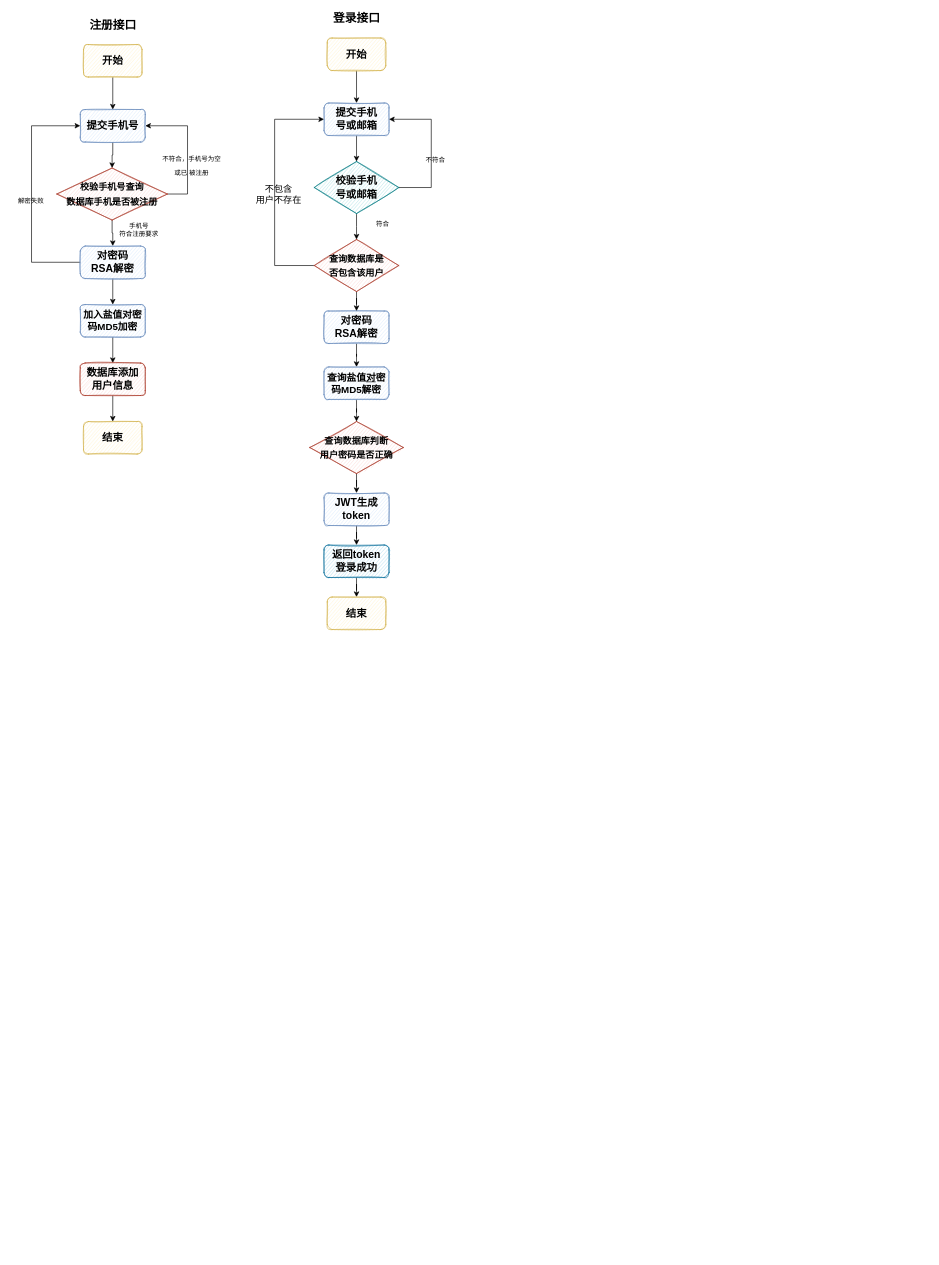
Earlier version of the draw.io diagram bilibili.drawio (Bukayoooo/Draws). Source tidied: cells renumbered, new cells numbered last; positions are measured from the earlier drawing's top-left corner, leaving out a move shared by most shapes. Both pictures are drawn from the tidied source at 65%, with x=0, y=0 at pixel (11, 12).
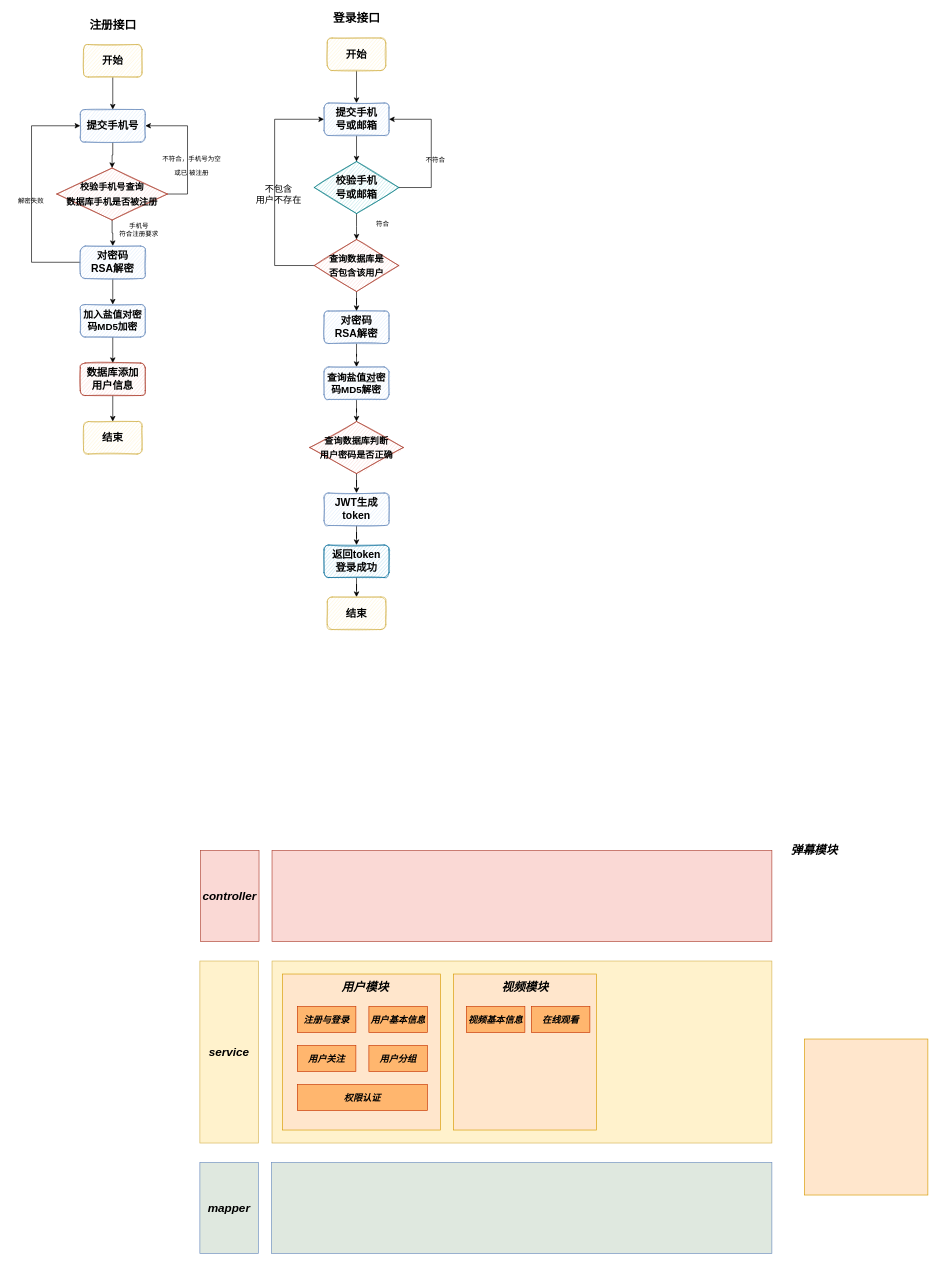
Above is the later version.

Change to the diagram source:
```diff
@@
+    <mxCell id="46" style="rounded=0;whiteSpace=wrap;html=1;fillColor=#DFE8DF;strokeColor=#6c8ebf;sketch=0;glass=0;shadow=0;" parent="1" vertex="1">
+      <mxGeometry x="400" y="1770" width="770" height="140" as="geometry" />
+    </mxCell>
+    <mxCell id="47" value="&lt;b&gt;&lt;font style=&quot;font-size: 18px;&quot;&gt;&lt;i&gt;mapper&lt;/i&gt;&lt;/font&gt;&lt;/b&gt;" style="rounded=0;whiteSpace=wrap;html=1;fillColor=#DFE8DF;strokeColor=#6c8ebf;sketch=0;" parent="1" vertex="1">
+      <mxGeometry x="290" y="1770" width="90" height="140" as="geometry" />
+    </mxCell>
+    <mxCell id="48" style="rounded=0;whiteSpace=wrap;html=1;fillColor=#fff2cc;strokeColor=#d6b656;sketch=0;" parent="1" vertex="1">
+      <mxGeometry x="401" y="1460" width="769" height="280" as="geometry" />
+    </mxCell>
+    <mxCell id="49" value="&lt;b&gt;&lt;font style=&quot;font-size: 18px;&quot;&gt;&lt;i&gt;service&lt;/i&gt;&lt;/font&gt;&lt;/b&gt;" style="rounded=0;whiteSpace=wrap;html=1;fillColor=#fff2cc;strokeColor=#d6b656;sketch=0;" parent="1" vertex="1">
+      <mxGeometry x="290" y="1460" width="90" height="280" as="geometry" />
+    </mxCell>
+    <mxCell id="50" style="rounded=0;whiteSpace=wrap;html=1;fillColor=#fad9d5;strokeColor=#ae4132;sketch=0;glass=0;shadow=0;" parent="1" vertex="1">
+      <mxGeometry x="401" y="1290" width="769" height="140" as="geometry" />
+    </mxCell>
+    <mxCell id="51" value="&lt;b&gt;&lt;font style=&quot;font-size: 18px;&quot;&gt;&lt;i&gt;controller&lt;/i&gt;&lt;/font&gt;&lt;/b&gt;" style="rounded=0;whiteSpace=wrap;html=1;fillColor=#fad9d5;strokeColor=#ae4132;sketch=0;" parent="1" vertex="1">
+      <mxGeometry x="291" y="1290" width="90" height="140" as="geometry" />
+    </mxCell>
+    <mxCell id="52" style="rounded=0;whiteSpace=wrap;html=1;shadow=0;glass=0;sketch=0;fontSize=18;strokeColor=#d79b00;fillColor=#ffe6cc;" parent="1" vertex="1">
+      <mxGeometry x="417" y="1480" width="243" height="240" as="geometry" />
+    </mxCell>
+    <mxCell id="53" value="&lt;b&gt;&lt;i&gt;用户模块&lt;/i&gt;&lt;/b&gt;" style="text;html=1;align=center;verticalAlign=middle;strokeColor=none;fillColor=none;fontSize=18;" parent="1" vertex="1">
+      <mxGeometry x="493.5" y="1480" width="100" height="40" as="geometry" />
+    </mxCell>
+    <mxCell id="54" style="rounded=0;whiteSpace=wrap;html=1;shadow=0;glass=0;sketch=0;fontSize=18;strokeColor=#d79b00;fillColor=#ffe6cc;" parent="1" vertex="1">
+      <mxGeometry x="1220" y="1580" width="190" height="240" as="geometry" />
+    </mxCell>
+    <mxCell id="55" style="rounded=0;whiteSpace=wrap;html=1;shadow=0;glass=0;sketch=0;fontSize=18;strokeColor=#d79b00;fillColor=#ffe6cc;" parent="1" vertex="1">
+      <mxGeometry x="680" y="1480" width="220" height="240" as="geometry" />
+    </mxCell>
+    <mxCell id="56" value="&lt;b&gt;&lt;i&gt;弹幕模块&lt;/i&gt;&lt;/b&gt;" style="text;html=1;align=center;verticalAlign=middle;strokeColor=none;fillColor=none;fontSize=18;" parent="1" vertex="1">
+      <mxGeometry x="1185" y="1270" width="100" height="40" as="geometry" />
+    </mxCell>
+    <mxCell id="57" value="&lt;span style=&quot;font-size: 14px;&quot;&gt;&lt;b&gt;&lt;i&gt;用户基本信息&lt;/i&gt;&lt;/b&gt;&lt;/span&gt;" style="rounded=0;whiteSpace=wrap;html=1;shadow=0;glass=0;sketch=0;fontSize=18;strokeColor=#C73500;fillColor=#FFB66E;fontColor=#000000;" parent="1" vertex="1">
+      <mxGeometry x="550" y="1530" width="90" height="40" as="geometry" />
+    </mxCell>
+    <mxCell id="58" value="&lt;b&gt;&lt;i&gt;&lt;font style=&quot;font-size: 14px;&quot;&gt;注册与登录&lt;/font&gt;&lt;/i&gt;&lt;/b&gt;" style="rounded=0;whiteSpace=wrap;html=1;shadow=0;glass=0;sketch=0;fontSize=18;strokeColor=#C73500;fillColor=#FFB66E;fontColor=#000000;" parent="1" vertex="1">
+      <mxGeometry x="440" y="1530" width="90" height="40" as="geometry" />
+    </mxCell>
+    <mxCell id="59" value="&lt;b&gt;&lt;i&gt;&lt;font style=&quot;font-size: 14px;&quot;&gt;用户关注&lt;/font&gt;&lt;/i&gt;&lt;/b&gt;" style="rounded=0;whiteSpace=wrap;html=1;shadow=0;glass=0;sketch=0;fontSize=18;strokeColor=#C73500;fillColor=#FFB66E;fontColor=#000000;" parent="1" vertex="1">
+      <mxGeometry x="440" y="1590" width="90" height="40" as="geometry" />
+    </mxCell>
+    <mxCell id="60" value="&lt;b&gt;&lt;i&gt;&lt;font style=&quot;font-size: 14px;&quot;&gt;用户分组&lt;/font&gt;&lt;/i&gt;&lt;/b&gt;" style="rounded=0;whiteSpace=wrap;html=1;shadow=0;glass=0;sketch=0;fontSize=18;strokeColor=#C73500;fillColor=#FFB66E;fontColor=#000000;" parent="1" vertex="1">
+      <mxGeometry x="550" y="1590" width="90" height="40" as="geometry" />
+    </mxCell>
+    <mxCell id="61" value="&lt;span style=&quot;font-size: 14px;&quot;&gt;&lt;b&gt;&lt;i&gt;权限认证&lt;/i&gt;&lt;/b&gt;&lt;/span&gt;" style="rounded=0;whiteSpace=wrap;html=1;shadow=0;glass=0;sketch=0;fontSize=18;strokeColor=#C73500;fillColor=#FFB66E;fontColor=#000000;" parent="1" vertex="1">
+      <mxGeometry x="440" y="1650" width="200" height="40" as="geometry" />
+    </mxCell>
+    <mxCell id="62" value="&lt;b&gt;&lt;i&gt;视频模块&lt;/i&gt;&lt;/b&gt;" style="text;html=1;align=center;verticalAlign=middle;strokeColor=none;fillColor=none;fontSize=18;shadow=0;" parent="1" vertex="1">
+      <mxGeometry x="740" y="1480" width="100" height="40" as="geometry" />
+    </mxCell>
+    <mxCell id="63" value="&lt;b&gt;&lt;i&gt;&lt;font style=&quot;font-size: 14px;&quot;&gt;视频基本信息&lt;/font&gt;&lt;/i&gt;&lt;/b&gt;" style="rounded=0;whiteSpace=wrap;html=1;shadow=0;glass=0;sketch=0;fontSize=18;strokeColor=#C73500;fillColor=#FFB66E;fontColor=#000000;" parent="1" vertex="1">
+      <mxGeometry x="700" y="1530" width="90" height="40" as="geometry" />
+    </mxCell>
+    <mxCell id="64" value="&lt;b&gt;&lt;i&gt;&lt;font style=&quot;font-size: 14px;&quot;&gt;在线观看&lt;/font&gt;&lt;/i&gt;&lt;/b&gt;" style="rounded=0;whiteSpace=wrap;html=1;shadow=0;glass=0;sketch=0;fontSize=18;strokeColor=#C73500;fillColor=#FFB66E;fontColor=#000000;" parent="1" vertex="1">
+      <mxGeometry x="800" y="1530" width="90" height="40" as="geometry" />
+    </mxCell>
```
